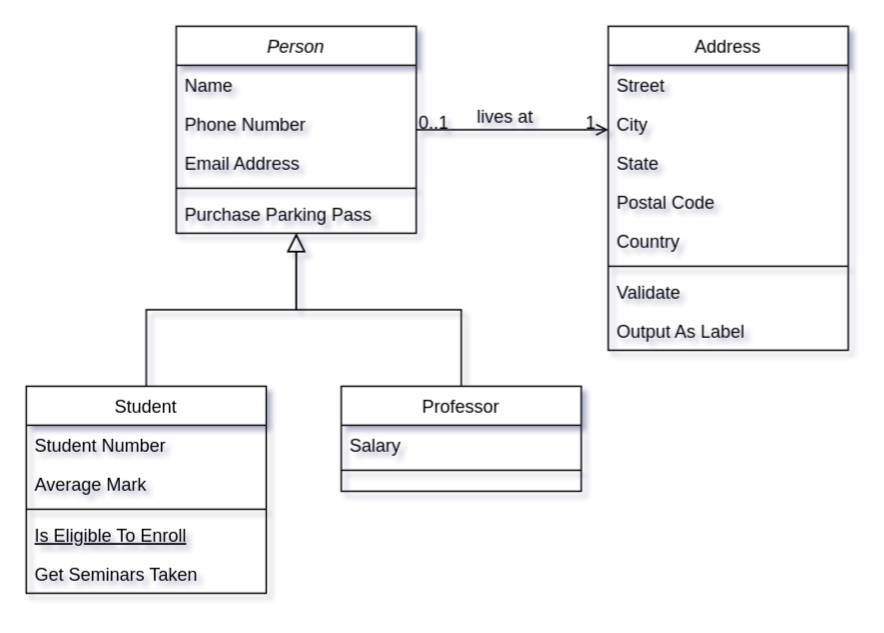
The draw.io diagram assests/drawio/test.drawio in Atticuszz/mkdocs-obsidian-template, before the edit. Source tidied: cells renumbered, new cells numbered last; positions are measured from the earlier drawing's top-left corner, leaving out a move shared by most shapes. Both pictures are drawn from the tidied source at 150%, with x=0, y=0 at pixel (26, 26).
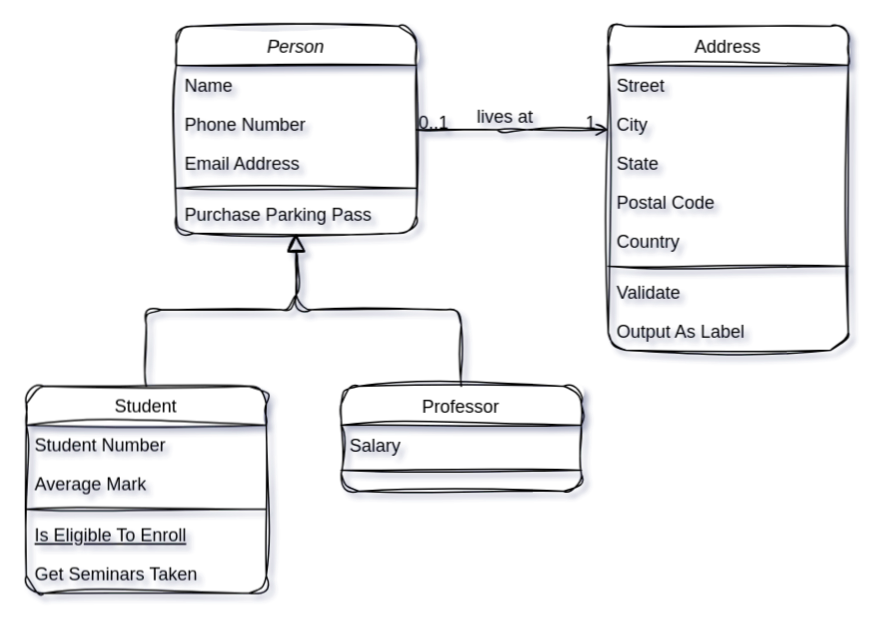
Above is the later version.

The edit, as a diff of the source:
```diff
@@
-    <mxCell id="2" value="Student" style="swimlane;fontStyle=0;align=center;verticalAlign=top;horizontal=1;startSize=26;rounded=0;shadow=0;strokeWidth=1;" parent="1" vertex="1">
+    <mxCell id="2" value="Student" style="swimlane;fontStyle=0;align=center;verticalAlign=top;horizontal=1;startSize=26;rounded=1;shadow=0;strokeWidth=1;sketch=1;curveFitting=1;jiggle=2;" parent="1" vertex="1">
       <mxGeometry y="240" width="160" height="138" as="geometry" />
     </mxCell>
-    <mxCell id="3" value="Student Number" style="text;align=left;verticalAlign=top;spacingLeft=4;spacingRight=4;overflow=hidden;" parent="2" vertex="1">
+    <mxCell id="3" value="Student Number" style="text;align=left;verticalAlign=top;spacingLeft=4;spacingRight=4;overflow=hidden;rounded=1;sketch=1;curveFitting=1;jiggle=2;" parent="2" vertex="1">
       <mxGeometry y="26" width="160" height="26" as="geometry" />
     </mxCell>
-    <mxCell id="4" value="Average Mark" style="text;align=left;verticalAlign=top;spacingLeft=4;spacingRight=4;overflow=hidden;rounded=0;shadow=0;html=0;" parent="2" vertex="1">
+    <mxCell id="4" value="Average Mark" style="text;align=left;verticalAlign=top;spacingLeft=4;spacingRight=4;overflow=hidden;rounded=1;shadow=0;html=0;sketch=1;curveFitting=1;jiggle=2;" parent="2" vertex="1">
       <mxGeometry y="52" width="160" height="26" as="geometry" />
     </mxCell>
-    <mxCell id="5" style="line;html=1;strokeWidth=1;align=left;verticalAlign=middle;spacingTop=-1;spacingLeft=3;spacingRight=3;labelPosition=right;" parent="2" vertex="1">
+    <mxCell id="5" style="line;html=1;strokeWidth=1;align=left;verticalAlign=middle;spacingTop=-1;spacingLeft=3;spacingRight=3;labelPosition=right;rounded=1;sketch=1;curveFitting=1;jiggle=2;" parent="2" vertex="1">
       <mxGeometry y="78" width="160" height="8" as="geometry" />
     </mxCell>
-    <mxCell id="6" value="Is Eligible To Enroll" style="text;align=left;verticalAlign=top;spacingLeft=4;spacingRight=4;overflow=hidden;fontStyle=4;" parent="2" vertex="1">
+    <mxCell id="6" value="Is Eligible To Enroll" style="text;align=left;verticalAlign=top;spacingLeft=4;spacingRight=4;overflow=hidden;fontStyle=4;rounded=1;sketch=1;curveFitting=1;jiggle=2;" parent="2" vertex="1">
       <mxGeometry y="86" width="160" height="26" as="geometry" />
     </mxCell>
-    <mxCell id="7" value="Get Seminars Taken" style="text;align=left;verticalAlign=top;spacingLeft=4;spacingRight=4;overflow=hidden;" parent="2" vertex="1">
+    <mxCell id="7" value="Get Seminars Taken" style="text;align=left;verticalAlign=top;spacingLeft=4;spacingRight=4;overflow=hidden;rounded=1;sketch=1;curveFitting=1;jiggle=2;" parent="2" vertex="1">
       <mxGeometry y="112" width="160" height="26" as="geometry" />
     </mxCell>
-    <mxCell id="8" style="endArrow=block;endSize=10;endFill=0;shadow=0;strokeWidth=1;rounded=0;edgeStyle=elbowEdgeStyle;elbow=vertical;" parent="1" edge="1" source="2" target="26">
+    <mxCell id="8" style="endArrow=block;endSize=10;endFill=0;shadow=0;strokeWidth=1;rounded=1;edgeStyle=elbowEdgeStyle;elbow=vertical;sketch=1;curveFitting=1;jiggle=2;" parent="1" edge="1" source="2" target="26">
       <mxGeometry relative="1" as="geometry" />
     </mxCell>
-    <mxCell id="9" value="Professor" style="swimlane;fontStyle=0;align=center;verticalAlign=top;horizontal=1;startSize=26;rounded=0;shadow=0;strokeWidth=1;" parent="1" vertex="1">
+    <mxCell id="9" value="Professor" style="swimlane;fontStyle=0;align=center;verticalAlign=top;horizontal=1;startSize=26;rounded=1;shadow=0;strokeWidth=1;sketch=1;curveFitting=1;jiggle=2;" parent="1" vertex="1">
       <mxGeometry x="210" y="240" width="160" height="70" as="geometry" />
     </mxCell>
-    <mxCell id="10" value="Salary" style="text;align=left;verticalAlign=top;spacingLeft=4;spacingRight=4;overflow=hidden;" parent="9" vertex="1">
+    <mxCell id="10" value="Salary" style="text;align=left;verticalAlign=top;spacingLeft=4;spacingRight=4;overflow=hidden;rounded=1;sketch=1;curveFitting=1;jiggle=2;" parent="9" vertex="1">
       <mxGeometry y="26" width="160" height="26" as="geometry" />
     </mxCell>
-    <mxCell id="11" style="line;html=1;strokeWidth=1;align=left;verticalAlign=middle;spacingTop=-1;spacingLeft=3;spacingRight=3;labelPosition=right;" parent="9" vertex="1">
+    <mxCell id="11" style="line;html=1;strokeWidth=1;align=left;verticalAlign=middle;spacingTop=-1;spacingLeft=3;spacingRight=3;labelPosition=right;rounded=1;sketch=1;curveFitting=1;jiggle=2;" parent="9" vertex="1">
       <mxGeometry y="52" width="160" height="8" as="geometry" />
     </mxCell>
-    <mxCell id="12" style="endArrow=block;endSize=10;endFill=0;shadow=0;strokeWidth=1;rounded=0;edgeStyle=elbowEdgeStyle;elbow=vertical;" parent="1" edge="1" source="9" target="26">
+    <mxCell id="12" style="endArrow=block;endSize=10;endFill=0;shadow=0;strokeWidth=1;rounded=1;edgeStyle=elbowEdgeStyle;elbow=vertical;sketch=1;curveFitting=1;jiggle=2;" parent="1" edge="1" source="9" target="26">
       <mxGeometry relative="1" as="geometry" />
     </mxCell>
-    <mxCell id="13" value="Address" style="swimlane;fontStyle=0;align=center;verticalAlign=top;horizontal=1;startSize=26;rounded=0;shadow=0;strokeWidth=1;" parent="1" vertex="1">
+    <mxCell id="13" value="Address" style="swimlane;fontStyle=0;align=center;verticalAlign=top;horizontal=1;startSize=26;rounded=1;shadow=0;strokeWidth=1;sketch=1;curveFitting=1;jiggle=2;" parent="1" vertex="1">
       <mxGeometry x="388" width="160" height="216" as="geometry" />
     </mxCell>
-    <mxCell id="14" value="Street" style="text;align=left;verticalAlign=top;spacingLeft=4;spacingRight=4;overflow=hidden;" parent="13" vertex="1">
+    <mxCell id="14" value="Street" style="text;align=left;verticalAlign=top;spacingLeft=4;spacingRight=4;overflow=hidden;rounded=1;sketch=1;curveFitting=1;jiggle=2;" parent="13" vertex="1">
       <mxGeometry y="26" width="160" height="26" as="geometry" />
     </mxCell>
-    <mxCell id="15" value="City" style="text;align=left;verticalAlign=top;spacingLeft=4;spacingRight=4;overflow=hidden;rounded=0;shadow=0;html=0;" parent="13" vertex="1">
+    <mxCell id="15" value="City" style="text;align=left;verticalAlign=top;spacingLeft=4;spacingRight=4;overflow=hidden;rounded=1;shadow=0;html=0;sketch=1;curveFitting=1;jiggle=2;" parent="13" vertex="1">
       <mxGeometry y="52" width="160" height="26" as="geometry" />
     </mxCell>
-    <mxCell id="16" value="State" style="text;align=left;verticalAlign=top;spacingLeft=4;spacingRight=4;overflow=hidden;rounded=0;shadow=0;html=0;" parent="13" vertex="1">
+    <mxCell id="16" value="State" style="text;align=left;verticalAlign=top;spacingLeft=4;spacingRight=4;overflow=hidden;rounded=1;shadow=0;html=0;sketch=1;curveFitting=1;jiggle=2;" parent="13" vertex="1">
       <mxGeometry y="78" width="160" height="26" as="geometry" />
     </mxCell>
-    <mxCell id="17" value="Postal Code" style="text;align=left;verticalAlign=top;spacingLeft=4;spacingRight=4;overflow=hidden;rounded=0;shadow=0;html=0;" parent="13" vertex="1">
+    <mxCell id="17" value="Postal Code" style="text;align=left;verticalAlign=top;spacingLeft=4;spacingRight=4;overflow=hidden;rounded=1;shadow=0;html=0;sketch=1;curveFitting=1;jiggle=2;" parent="13" vertex="1">
       <mxGeometry y="104" width="160" height="26" as="geometry" />
     </mxCell>
-    <mxCell id="18" value="Country" style="text;align=left;verticalAlign=top;spacingLeft=4;spacingRight=4;overflow=hidden;rounded=0;shadow=0;html=0;" parent="13" vertex="1">
+    <mxCell id="18" value="Country" style="text;align=left;verticalAlign=top;spacingLeft=4;spacingRight=4;overflow=hidden;rounded=1;shadow=0;html=0;sketch=1;curveFitting=1;jiggle=2;" parent="13" vertex="1">
       <mxGeometry y="130" width="160" height="26" as="geometry" />
     </mxCell>
-    <mxCell id="19" style="line;html=1;strokeWidth=1;align=left;verticalAlign=middle;spacingTop=-1;spacingLeft=3;spacingRight=3;labelPosition=right;" parent="13" vertex="1">
+    <mxCell id="19" style="line;html=1;strokeWidth=1;align=left;verticalAlign=middle;spacingTop=-1;spacingLeft=3;spacingRight=3;labelPosition=right;rounded=1;sketch=1;curveFitting=1;jiggle=2;" parent="13" vertex="1">
       <mxGeometry y="156" width="160" height="8" as="geometry" />
     </mxCell>
-    <mxCell id="20" value="Validate" style="text;align=left;verticalAlign=top;spacingLeft=4;spacingRight=4;overflow=hidden;" parent="13" vertex="1">
+    <mxCell id="20" value="Validate" style="text;align=left;verticalAlign=top;spacingLeft=4;spacingRight=4;overflow=hidden;rounded=1;sketch=1;curveFitting=1;jiggle=2;" parent="13" vertex="1">
       <mxGeometry y="164" width="160" height="26" as="geometry" />
     </mxCell>
-    <mxCell id="21" value="Output As Label" style="text;align=left;verticalAlign=top;spacingLeft=4;spacingRight=4;overflow=hidden;" parent="13" vertex="1">
+    <mxCell id="21" value="Output As Label" style="text;align=left;verticalAlign=top;spacingLeft=4;spacingRight=4;overflow=hidden;rounded=1;sketch=1;curveFitting=1;jiggle=2;" parent="13" vertex="1">
       <mxGeometry y="190" width="160" height="26" as="geometry" />
     </mxCell>
-    <mxCell id="22" style="endArrow=open;shadow=0;strokeWidth=1;rounded=0;endFill=1;edgeStyle=elbowEdgeStyle;elbow=vertical;" parent="1" edge="1" source="26" target="13">
+    <mxCell id="22" style="endArrow=open;shadow=0;strokeWidth=1;rounded=1;endFill=1;edgeStyle=elbowEdgeStyle;elbow=vertical;sketch=1;curveFitting=1;jiggle=2;" parent="1" edge="1" source="26" target="13">
       <mxGeometry x="0.5" y="41" relative="1" as="geometry">
         <mxPoint x="-40" y="32" as="offset" />
       </mxGeometry>
     </mxCell>
-    <mxCell id="23" value="0..1" style="align=left;verticalAlign=bottom;labelBackgroundColor=none;fontSize=12;" parent="22" vertex="1">
+    <mxCell id="23" value="0..1" style="align=left;verticalAlign=bottom;labelBackgroundColor=none;fontSize=12;rounded=1;sketch=1;curveFitting=1;jiggle=2;" parent="22" vertex="1">
       <mxGeometry x="-1" relative="1" as="geometry">
         <mxPoint y="4" as="offset" />
       </mxGeometry>
     </mxCell>
-    <mxCell id="24" value="1" style="align=right;verticalAlign=bottom;labelBackgroundColor=none;fontSize=12;" parent="22" vertex="1">
+    <mxCell id="24" value="1" style="align=right;verticalAlign=bottom;labelBackgroundColor=none;fontSize=12;rounded=1;sketch=1;curveFitting=1;jiggle=2;" parent="22" vertex="1">
       <mxGeometry x="1" relative="1" as="geometry">
         <mxPoint x="-7" y="4" as="offset" />
       </mxGeometry>
     </mxCell>
-    <mxCell id="25" value="lives at" style="text;html=1;align=center;verticalAlign=middle;labelBackgroundColor=none;rounded=0;shadow=0;strokeWidth=1;fontSize=12;" parent="22" vertex="1">
+    <mxCell id="25" value="lives at" style="text;html=1;align=center;verticalAlign=middle;labelBackgroundColor=none;rounded=1;shadow=0;strokeWidth=1;fontSize=12;sketch=1;curveFitting=1;jiggle=2;" parent="22" vertex="1">
       <mxGeometry x="0.5" y="49" relative="1" as="geometry">
         <mxPoint x="-38" y="40" as="offset" />
       </mxGeometry>
     </mxCell>
-    <mxCell id="26" value="Person" style="swimlane;fontStyle=2;align=center;verticalAlign=top;horizontal=1;startSize=26;rounded=0;shadow=0;strokeWidth=1;" parent="1" vertex="1">
+    <mxCell id="26" value="Person" style="swimlane;fontStyle=2;align=center;verticalAlign=top;horizontal=1;startSize=26;rounded=1;shadow=0;strokeWidth=1;sketch=1;curveFitting=1;jiggle=2;" parent="1" vertex="1">
       <mxGeometry x="100" width="160" height="138" as="geometry" />
     </mxCell>
-    <mxCell id="27" value="Name" style="text;align=left;verticalAlign=top;spacingLeft=4;spacingRight=4;overflow=hidden;" parent="26" vertex="1">
+    <mxCell id="27" value="Name" style="text;align=left;verticalAlign=top;spacingLeft=4;spacingRight=4;overflow=hidden;rounded=1;sketch=1;curveFitting=1;jiggle=2;" parent="26" vertex="1">
       <mxGeometry y="26" width="160" height="26" as="geometry" />
     </mxCell>
-    <mxCell id="28" value="Phone Number" style="text;align=left;verticalAlign=top;spacingLeft=4;spacingRight=4;overflow=hidden;rounded=0;shadow=0;html=0;" parent="26" vertex="1">
+    <mxCell id="28" value="Phone Number" style="text;align=left;verticalAlign=top;spacingLeft=4;spacingRight=4;overflow=hidden;rounded=1;shadow=0;html=0;sketch=1;curveFitting=1;jiggle=2;" parent="26" vertex="1">
       <mxGeometry y="52" width="160" height="26" as="geometry" />
     </mxCell>
-    <mxCell id="29" value="Email Address" style="text;align=left;verticalAlign=top;spacingLeft=4;spacingRight=4;overflow=hidden;rounded=0;shadow=0;html=0;" parent="26" vertex="1">
+    <mxCell id="29" value="Email Address" style="text;align=left;verticalAlign=top;spacingLeft=4;spacingRight=4;overflow=hidden;rounded=1;shadow=0;html=0;sketch=1;curveFitting=1;jiggle=2;" parent="26" vertex="1">
       <mxGeometry y="78" width="160" height="26" as="geometry" />
     </mxCell>
-    <mxCell id="30" style="line;html=1;strokeWidth=1;align=left;verticalAlign=middle;spacingTop=-1;spacingLeft=3;spacingRight=3;labelPosition=right;" parent="26" vertex="1">
+    <mxCell id="30" style="line;html=1;strokeWidth=1;align=left;verticalAlign=middle;spacingTop=-1;spacingLeft=3;spacingRight=3;labelPosition=right;rounded=1;sketch=1;curveFitting=1;jiggle=2;" parent="26" vertex="1">
       <mxGeometry y="104" width="160" height="8" as="geometry" />
     </mxCell>
-    <mxCell id="31" value="Purchase Parking Pass" style="text;align=left;verticalAlign=top;spacingLeft=4;spacingRight=4;overflow=hidden;" parent="26" vertex="1">
+    <mxCell id="31" value="Purchase Parking Pass" style="text;align=left;verticalAlign=top;spacingLeft=4;spacingRight=4;overflow=hidden;rounded=1;sketch=1;curveFitting=1;jiggle=2;" parent="26" vertex="1">
       <mxGeometry y="112" width="160" height="26" as="geometry" />
     </mxCell>
```
